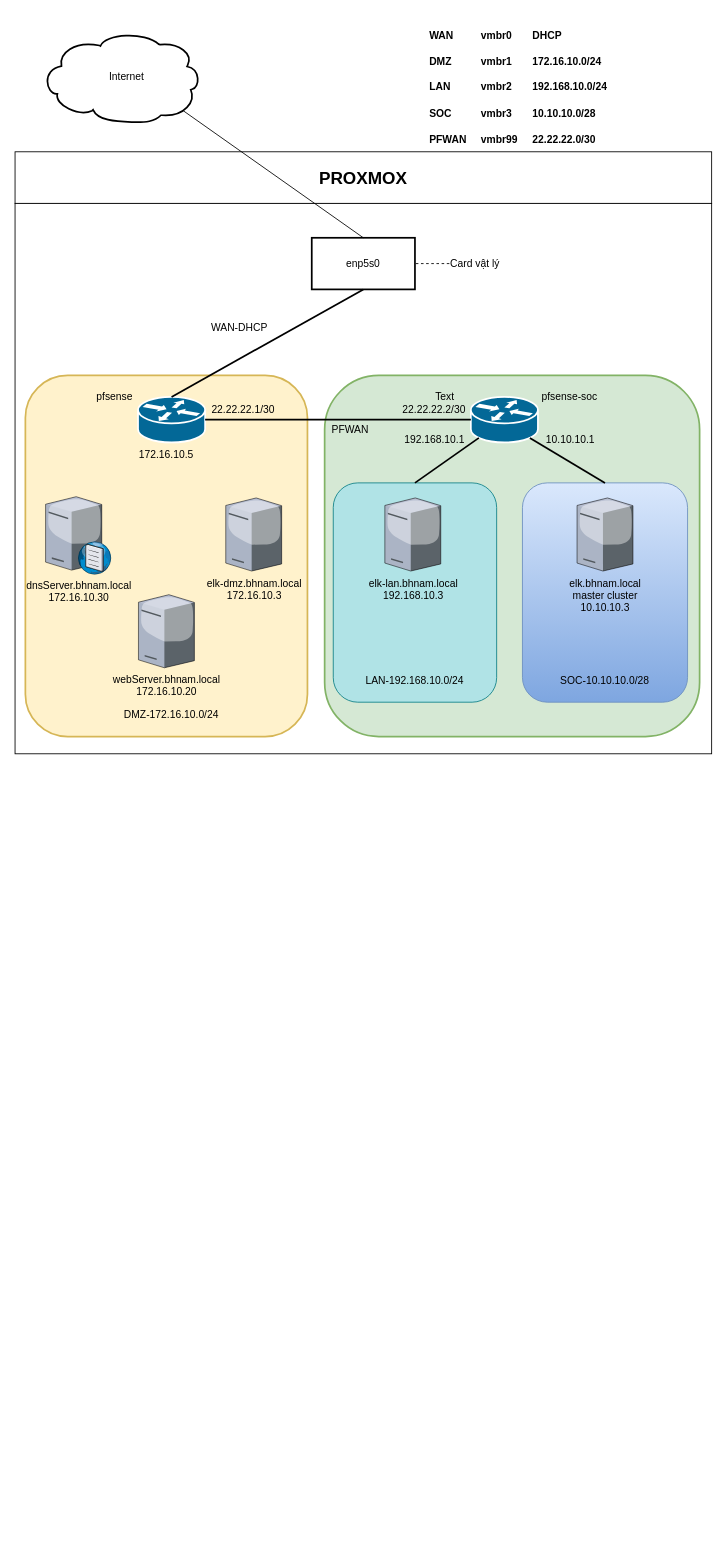
BHNamSSD/ELK keeps this draw.io diagram as network.drawio. Above is the earlier version. Source tidied: cells renumbered, new cells numbered last; positions are measured from the earlier drawing's top-left corner, leaving out a move shared by most shapes. Both pictures are drawn from the tidied source at 86%, with x=0, y=0 at pixel (15, 22).
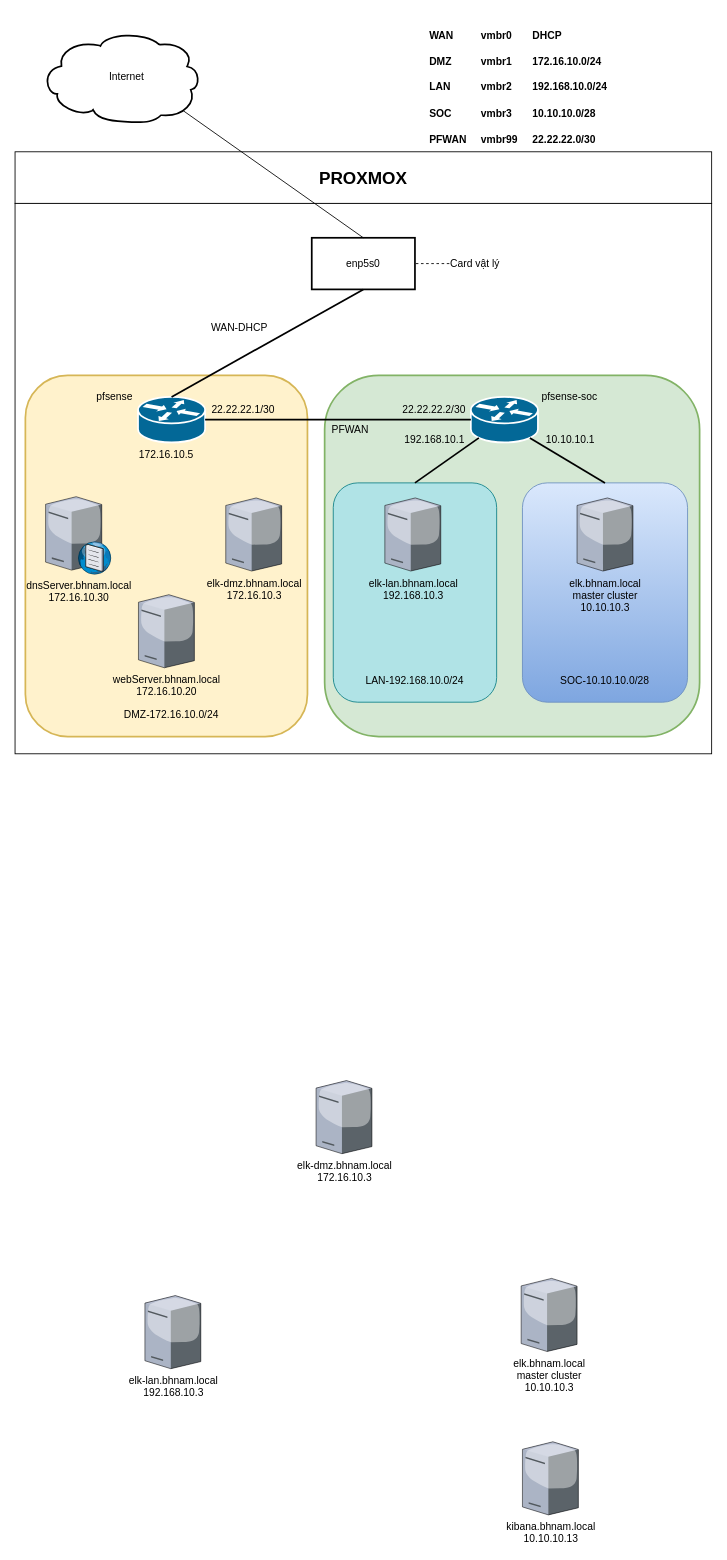
Above is the later version.

Commit message (it also covers changes not shown here):
Cập nhật network.drawio

What changed in the source:
```diff
@@
-    <mxCell id="39" value="Text" style="text;html=1;align=center;verticalAlign=middle;whiteSpace=wrap;rounded=0;" parent="1" vertex="1">
-      <mxGeometry x="470" y="420" width="60" height="30" as="geometry" />
-    </mxCell>
@@
+    <mxCell id="41" value="&lt;div&gt;elk-dmz.bhnam.local&lt;/div&gt;&lt;div&gt;172.16.10.3&lt;/div&gt;" style="verticalLabelPosition=bottom;sketch=0;html=1;verticalAlign=top;strokeColor=none;align=center;shape=mxgraph.citrix.license_server;" parent="1" vertex="1">
+      <mxGeometry x="350" y="1230" width="65" height="85" as="geometry" />
+    </mxCell>
+    <mxCell id="42" value="&lt;div&gt;elk-lan.bhnam.local&lt;/div&gt;&lt;div&gt;192.168.10.3&lt;/div&gt;" style="verticalLabelPosition=bottom;sketch=0;html=1;verticalAlign=top;strokeColor=none;align=center;shape=mxgraph.citrix.license_server;" parent="1" vertex="1">
+      <mxGeometry x="151" y="1480" width="65" height="85" as="geometry" />
+    </mxCell>
+    <mxCell id="43" value="&lt;div&gt;elk.bhnam.local&lt;/div&gt;&lt;div&gt;master cluster&lt;/div&gt;&lt;div&gt;10.10.10.3&lt;/div&gt;" style="verticalLabelPosition=bottom;sketch=0;html=1;verticalAlign=top;strokeColor=none;align=center;shape=mxgraph.citrix.license_server;" parent="1" vertex="1">
+      <mxGeometry x="588.5" y="1460" width="65" height="85" as="geometry" />
+    </mxCell>
+    <mxCell id="44" value="&lt;div&gt;kibana.bhnam.local&lt;/div&gt;&lt;div&gt;10.10.10.13&lt;/div&gt;" style="verticalLabelPosition=bottom;sketch=0;html=1;verticalAlign=top;strokeColor=none;align=center;shape=mxgraph.citrix.license_server;" parent="1" vertex="1">
+      <mxGeometry x="590" y="1650" width="65" height="85" as="geometry" />
+    </mxCell>
```
